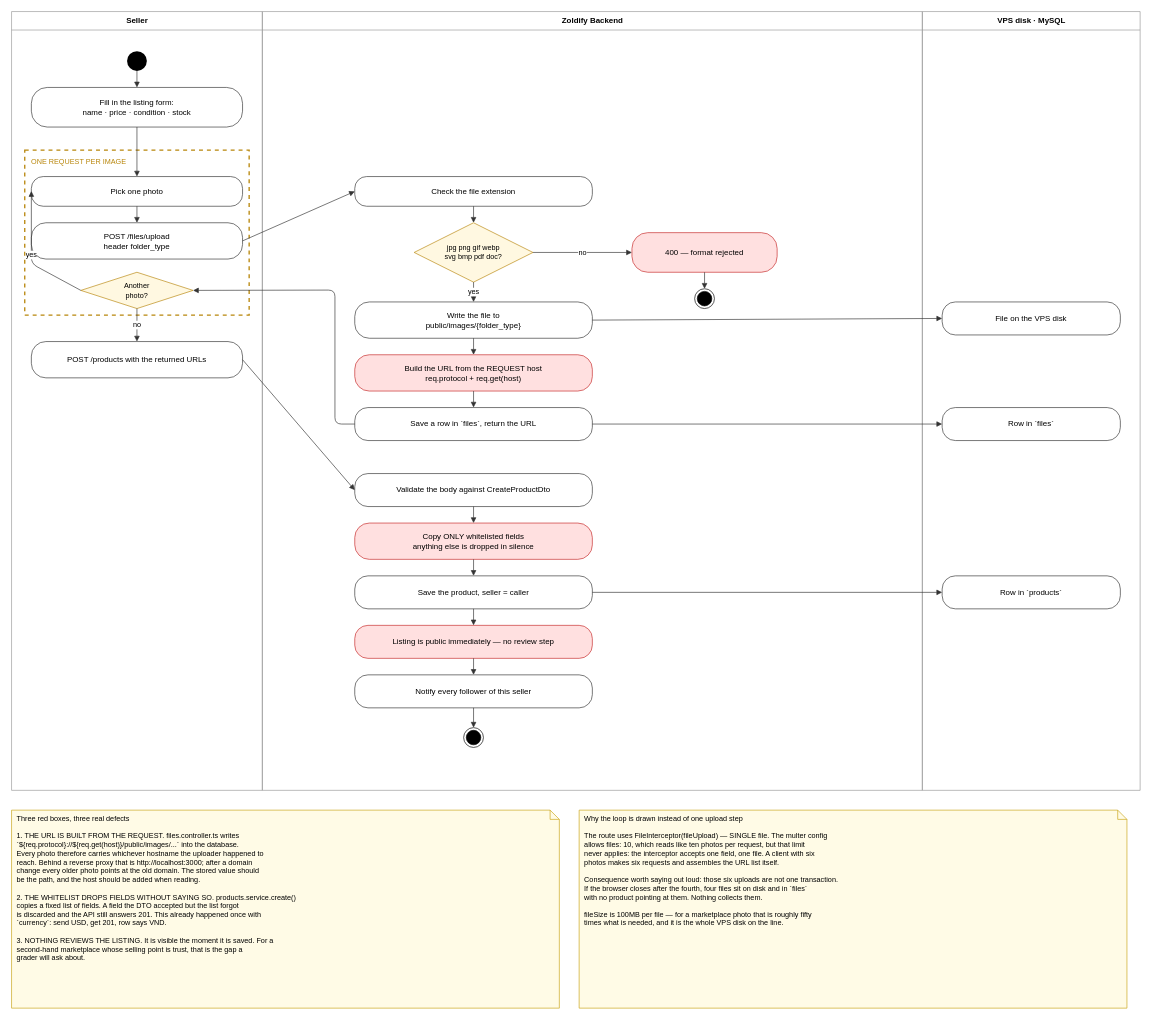
Before: page "Activity Diagram - List an Item for Sale" (4 of 20) of docs/system-design/drawio/05-use-case-diagram.drawio in tdat-dev/Zoldify_Backend, a draw.io diagram. Source tidied: cells renumbered, new cells numbered last; positions are measured from the earlier drawing's top-left corner, leaving out a move shared by most shapes. Both pictures are drawn from the tidied source at 66%, with x=0, y=0 at pixel (11, 11).
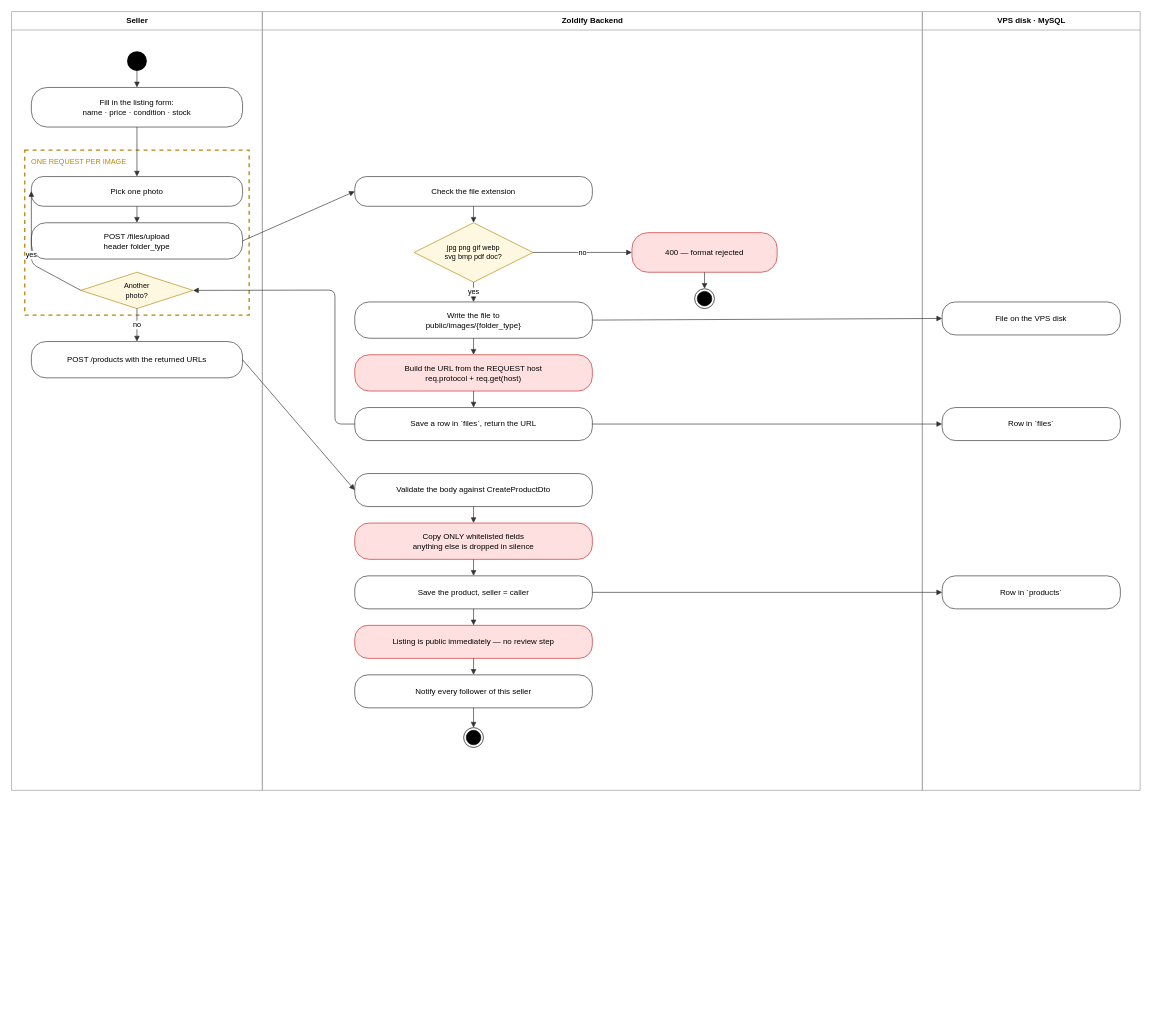
Above is the later version.

What changed in the source:
```diff
@@
-    <mxCell id="50" value="Three red boxes, three real defects&lt;br&gt;&lt;br&gt;1. THE URL IS BUILT FROM THE REQUEST. files.controller.ts writes&lt;br&gt;   `${req.protocol}://${req.get(host)}/public/images/...` into the database.&lt;br&gt;   Every photo therefore carries whichever hostname the uploader happened to&lt;br&gt;   reach. Behind a reverse proxy that is http://localhost:3000; after a domain&lt;br&gt;   change every older photo points at the old domain. The stored value should&lt;br&gt;   be the path, and the host should be added when reading.&lt;br&gt;&lt;br&gt;2. THE WHITELIST DROPS FIELDS WITHOUT SAYING SO. products.service.create()&lt;br&gt;   copies a fixed list of fields. A field the DTO accepted but the list forgot&lt;br&gt;   is discarded and the API still answers 201. This already happened once with&lt;br&gt;   `currency`: send USD, get 201, row says VND.&lt;br&gt;&lt;br&gt;3. NOTHING REVIEWS THE LISTING. It is visible the moment it is saved. For a&lt;br&gt;   second-hand marketplace whose selling point is trust, that is the gap a&lt;br&gt;   grader will ask about." style="shape=note;whiteSpace=wrap;html=1;size=14;verticalAlign=top;align=left;spacingLeft=6;fontSize=11;fillColor=#fffbe6;strokeColor=#c8a415;" parent="1" vertex="1">
-      <mxGeometry y="1210" width="830" height="300" as="geometry" />
-    </mxCell>
-    <mxCell id="51" value="Why the loop is drawn instead of one upload step&lt;br&gt;&lt;br&gt;The route uses FileInterceptor(fileUpload) — SINGLE file. The multer config&lt;br&gt;allows files: 10, which reads like ten photos per request, but that limit&lt;br&gt;never applies: the interceptor accepts one field, one file. A client with six&lt;br&gt;photos makes six requests and assembles the URL list itself.&lt;br&gt;&lt;br&gt;Consequence worth saying out loud: those six uploads are not one transaction.&lt;br&gt;If the browser closes after the fourth, four files sit on disk and in `files`&lt;br&gt;with no product pointing at them. Nothing collects them.&lt;br&gt;&lt;br&gt;fileSize is 100MB per file — for a marketplace photo that is roughly fifty&lt;br&gt;times what is needed, and it is the whole VPS disk on the line." style="shape=note;whiteSpace=wrap;html=1;size=14;verticalAlign=top;align=left;spacingLeft=6;fontSize=11;fillColor=#fffbe6;strokeColor=#c8a415;" parent="1" vertex="1">
-      <mxGeometry x="860" y="1210" width="830" height="300" as="geometry" />
-    </mxCell>
```
